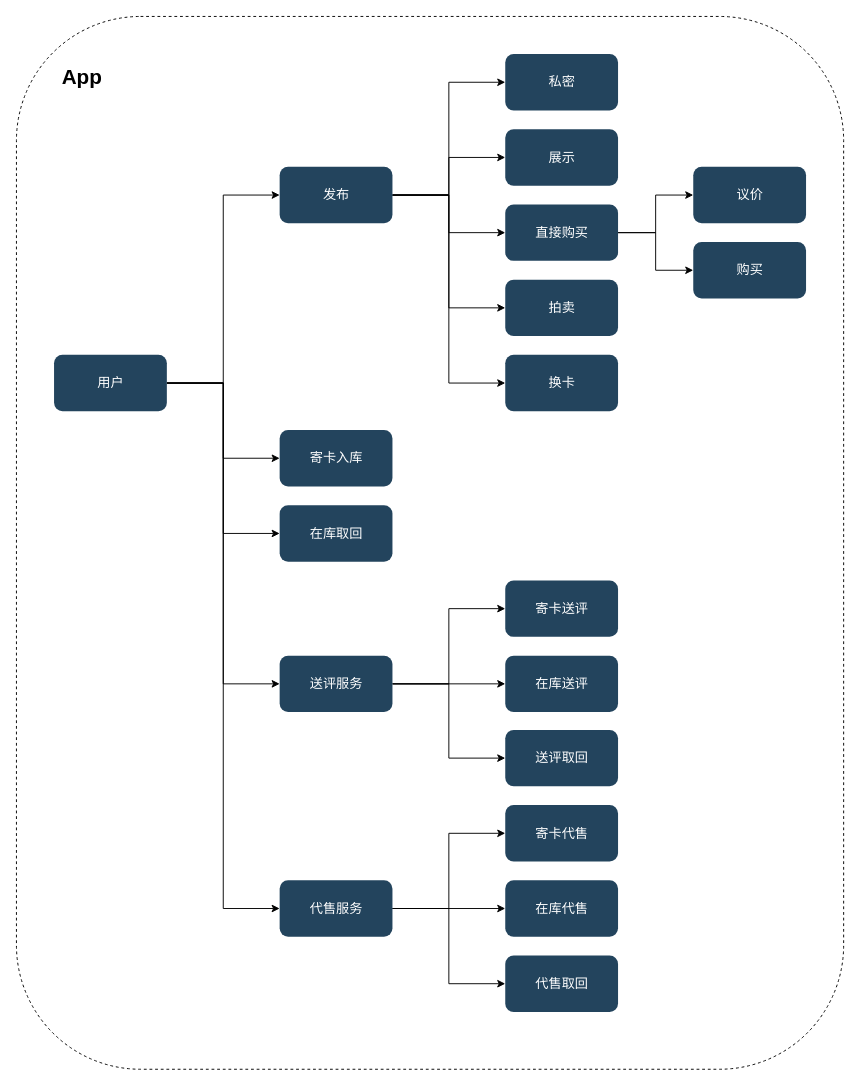
Above: page "App-User" (1 of 2) of Card+.drawio in xiaoming728/draw (draw.io), before the change. Source tidied: cells renumbered, new cells numbered last; positions are measured from the earlier drawing's top-left corner, leaving out a move shared by most shapes. Both pictures are drawn from the tidied source at 94%, with x=0, y=0 at pixel (16, 16).
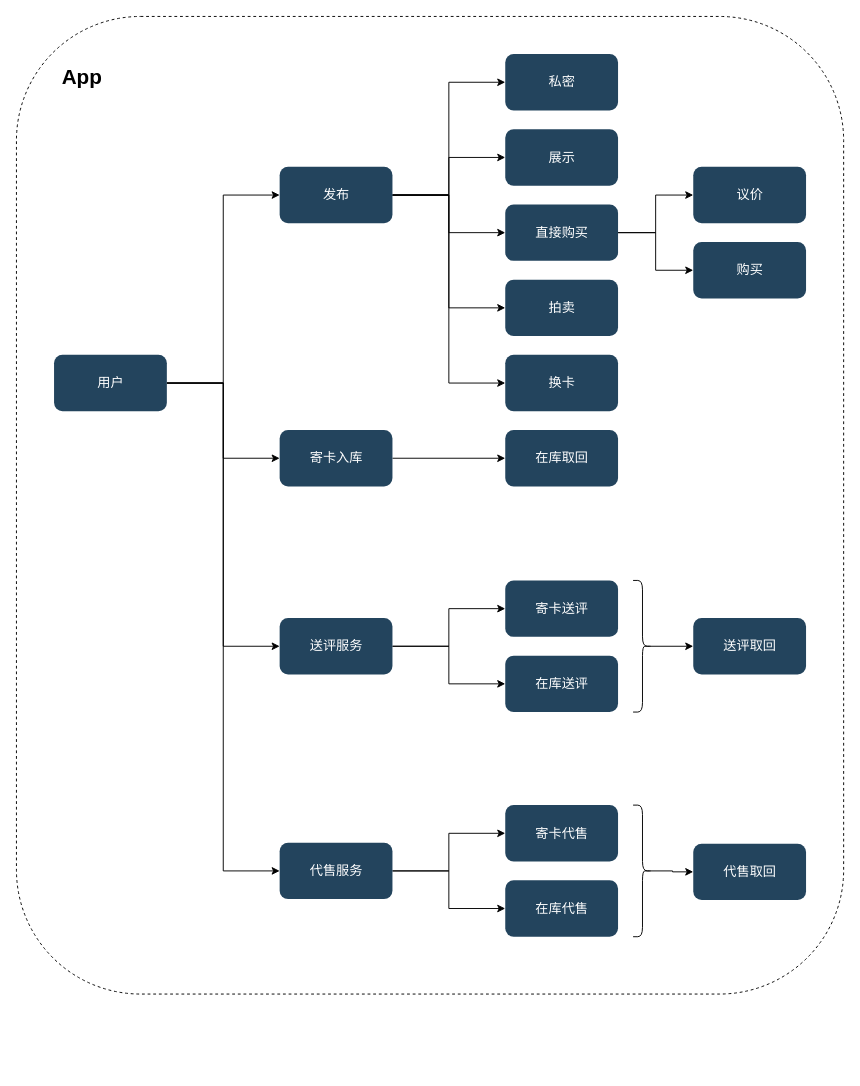
The same page after the edit.

Unchanged cells that the change refers to:
```xml
<mxCell id="9" value="&lt;font color=&quot;#ffffff&quot; style=&quot;font-size: 14px;&quot;&gt;用户&lt;/font&gt;" style="rounded=1;fillColor=#23445D;strokeColor=none;strokeWidth=2;fontFamily=Helvetica;html=1;gradientColor=none;" parent="1" vertex="1">
  <mxGeometry x="40" y="360" width="120" height="60" as="geometry" />
</mxCell>
<mxCell id="17" value="&lt;font color=&quot;#ffffff&quot;&gt;&lt;span style=&quot;font-size: 14px;&quot;&gt;寄卡入库&lt;/span&gt;&lt;/font&gt;" style="rounded=1;fillColor=#23445D;strokeColor=none;strokeWidth=2;fontFamily=Helvetica;html=1;gradientColor=none;" parent="1" vertex="1">
  <mxGeometry x="280" y="440" width="120" height="60" as="geometry" />
</mxCell>
```

Diff of the diagram source:
```diff
@@
     <mxCell id="2" style="rounded=1;whiteSpace=wrap;html=1;dashed=1;fillColor=none;" parent="1" vertex="1">
-      <mxGeometry width="880" height="1120" as="geometry" />
+      <mxGeometry width="880" height="1040" as="geometry" />
     </mxCell>
@@
-    <mxCell id="8" style="edgeStyle=orthogonalEdgeStyle;rounded=0;jettySize=auto;html=1;exitX=1;exitY=0.5;exitDx=0;exitDy=0;entryX=0;entryY=0.5;entryDx=0;entryDy=0;" parent="1" edge="1" source="9" target="41">
-      <mxGeometry relative="1" as="geometry" />
-    </mxCell>
@@
+    <mxCell id="42" style="edgeStyle=orthogonalEdgeStyle;rounded=0;jettySize=auto;html=1;exitX=1;exitY=0.5;exitDx=0;exitDy=0;entryX=0;entryY=0.5;entryDx=0;entryDy=0;" parent="1" edge="1" source="17" target="41">
+      <mxGeometry relative="1" as="geometry" />
+    </mxCell>
@@
-    <mxCell id="20" style="edgeStyle=orthogonalEdgeStyle;rounded=0;jettySize=auto;html=1;exitX=1;exitY=0.5;exitDx=0;exitDy=0;entryX=0;entryY=0.5;entryDx=0;entryDy=0;" parent="1" edge="1" source="21" target="32">
-      <mxGeometry relative="1" as="geometry" />
-    </mxCell>
     <mxCell id="21" value="&lt;font color=&quot;#ffffff&quot; style=&quot;font-size: 14px;&quot;&gt;送评服务&lt;/font&gt;" style="rounded=1;fillColor=#23445D;strokeColor=none;strokeWidth=2;fontFamily=Helvetica;html=1;gradientColor=none;" parent="1" vertex="1">
-      <mxGeometry x="280" y="680" width="120" height="60" as="geometry" />
+      <mxGeometry x="280" y="640" width="120" height="60" as="geometry" />
     </mxCell>
@@
-    <mxCell id="24" style="edgeStyle=orthogonalEdgeStyle;rounded=0;jettySize=auto;html=1;exitX=1;exitY=0.5;exitDx=0;exitDy=0;entryX=0;entryY=0.5;entryDx=0;entryDy=0;" parent="1" edge="1" source="25" target="39">
-      <mxGeometry relative="1" as="geometry" />
-    </mxCell>
     <mxCell id="25" value="&lt;font color=&quot;#ffffff&quot; style=&quot;font-size: 14px;&quot;&gt;代售服务&lt;/font&gt;" style="rounded=1;fillColor=#23445D;strokeColor=none;strokeWidth=2;fontFamily=Helvetica;html=1;gradientColor=none;" parent="1" vertex="1">
-      <mxGeometry x="280" y="919" width="120" height="60" as="geometry" />
+      <mxGeometry x="280" y="879" width="120" height="60" as="geometry" />
     </mxCell>
@@
     <mxCell id="32" value="&lt;font color=&quot;#ffffff&quot;&gt;&lt;span style=&quot;font-size: 14px;&quot;&gt;送评取回&lt;/span&gt;&lt;/font&gt;" style="rounded=1;fillColor=#23445D;strokeColor=none;strokeWidth=2;fontFamily=Helvetica;html=1;gradientColor=none;" parent="1" vertex="1">
-      <mxGeometry x="520" y="759" width="120" height="60" as="geometry" />
+      <mxGeometry x="720" y="640" width="120" height="60" as="geometry" />
     </mxCell>
@@
     <mxCell id="39" value="&lt;font color=&quot;#ffffff&quot; style=&quot;font-size: 14px;&quot;&gt;代售取回&lt;/font&gt;" style="rounded=1;fillColor=#23445D;strokeColor=none;strokeWidth=2;fontFamily=Helvetica;html=1;gradientColor=none;" parent="1" vertex="1">
-      <mxGeometry x="520" y="999" width="120" height="60" as="geometry" />
+      <mxGeometry x="720" y="880" width="120" height="60" as="geometry" />
     </mxCell>
@@
     <mxCell id="41" value="&lt;font color=&quot;#ffffff&quot;&gt;&lt;span style=&quot;font-size: 14px;&quot;&gt;在库取回&lt;/span&gt;&lt;/font&gt;" style="rounded=1;fillColor=#23445D;strokeColor=none;strokeWidth=2;fontFamily=Helvetica;html=1;gradientColor=none;" parent="1" vertex="1">
-      <mxGeometry x="280" y="520" width="120" height="60" as="geometry" />
+      <mxGeometry x="520" y="440" width="120" height="60" as="geometry" />
     </mxCell>
+    <mxCell id="43" style="edgeStyle=orthogonalEdgeStyle;rounded=0;jettySize=auto;html=1;exitX=0.1;exitY=0.5;exitDx=0;exitDy=0;exitPerimeter=0;entryX=0;entryY=0.5;entryDx=0;entryDy=0;" parent="1" edge="1" source="44" target="32">
+      <mxGeometry relative="1" as="geometry" />
+    </mxCell>
+    <mxCell id="44" style="shape=curlyBracket;whiteSpace=wrap;html=1;rounded=1;flipH=1;labelPosition=right;verticalLabelPosition=middle;align=left;verticalAlign=middle;" parent="1" vertex="1">
+      <mxGeometry x="656" y="600" width="20" height="140" as="geometry" />
+    </mxCell>
+    <mxCell id="45" style="edgeStyle=orthogonalEdgeStyle;rounded=0;jettySize=auto;html=1;exitX=0.1;exitY=0.5;exitDx=0;exitDy=0;exitPerimeter=0;entryX=0;entryY=0.5;entryDx=0;entryDy=0;" parent="1" edge="1" source="46" target="39">
+      <mxGeometry relative="1" as="geometry" />
+    </mxCell>
+    <mxCell id="46" style="shape=curlyBracket;whiteSpace=wrap;html=1;rounded=1;flipH=1;labelPosition=right;verticalLabelPosition=middle;align=left;verticalAlign=middle;" parent="1" vertex="1">
+      <mxGeometry x="656" y="839" width="20" height="140" as="geometry" />
+    </mxCell>
```
